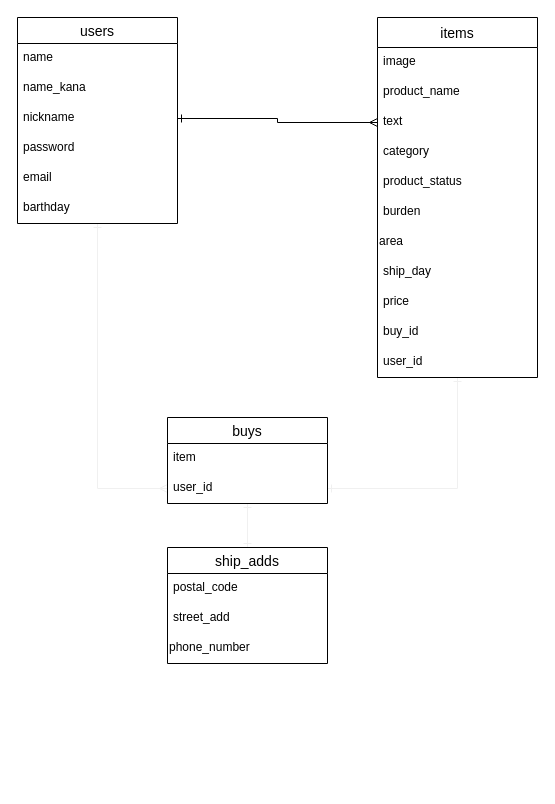
kawaura-dai/furima-29631 keeps this draw.io diagram as ER.dio. Above is the earlier version. Source tidied: cells renumbered, new cells numbered last; positions are measured from the earlier drawing's top-left corner, leaving out a move shared by most shapes. Both pictures are drawn from the tidied source at 100%, with x=0, y=0 at pixel (17, 17).
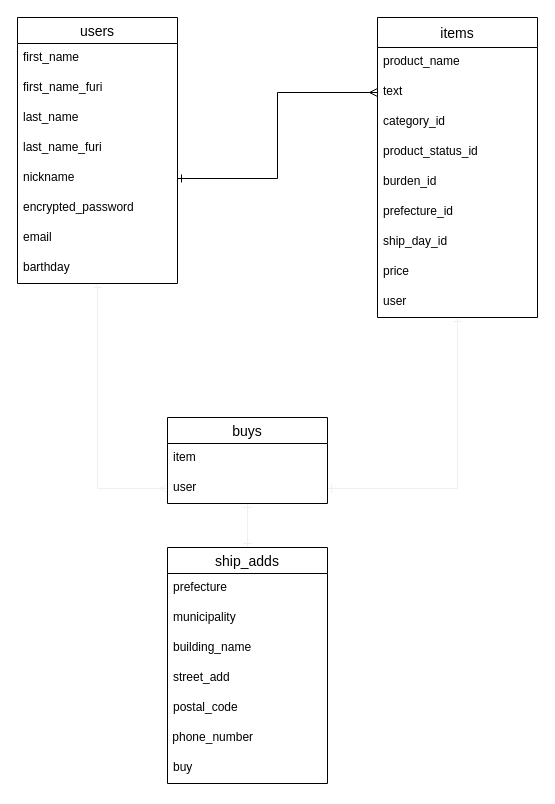
Above is the later version.

Commit message (it also covers changes not shown here):
DB設計ERの作図修正３

Unchanged cells that the change refers to:
```xml
<mxCell id="24" value="buys" style="swimlane;fontStyle=0;horizontal=1;startSize=26;align=center;fontSize=14;" parent="1" vertex="1">
  <mxGeometry x="150" y="400" width="160" height="86" as="geometry" />
</mxCell>
```

Diff of the diagram source:
```diff
@@
     <mxCell id="3" value="users" style="swimlane;fontStyle=0;horizontal=1;startSize=26;align=center;fontSize=14;" parent="1" vertex="1">
-      <mxGeometry width="160" height="206" as="geometry" />
+      <mxGeometry width="160" height="266" as="geometry" />
     </mxCell>
-    <mxCell id="4" value="name" style="text;strokeColor=none;fillColor=none;spacingLeft=4;spacingRight=4;overflow=hidden;fontSize=12;" parent="3" vertex="1">
+    <mxCell id="4" value="first_name" style="text;strokeColor=none;fillColor=none;spacingLeft=4;spacingRight=4;overflow=hidden;fontSize=12;" parent="3" vertex="1">
       <mxGeometry y="26" width="160" height="30" as="geometry" />
     </mxCell>
-    <mxCell id="5" value="name_kana" style="text;strokeColor=none;fillColor=none;spacingLeft=4;spacingRight=4;overflow=hidden;fontSize=12;opacity=10;" parent="3" vertex="1">
-      <mxGeometry y="56" width="160" height="30" as="geometry" />
-    </mxCell>
+    <mxCell id="32" value="first_name_furi" style="text;strokeColor=none;fillColor=none;spacingLeft=4;spacingRight=4;overflow=hidden;fontSize=12;" parent="3" vertex="1">
+      <mxGeometry y="56" width="160" height="30" as="geometry" />
+    </mxCell>
+    <mxCell id="33" value="last_name" style="text;strokeColor=none;fillColor=none;spacingLeft=4;spacingRight=4;overflow=hidden;fontSize=12;" parent="3" vertex="1">
+      <mxGeometry y="86" width="160" height="30" as="geometry" />
+    </mxCell>
+    <mxCell id="34" value="last_name_furi" style="text;strokeColor=none;fillColor=none;spacingLeft=4;spacingRight=4;overflow=hidden;fontSize=12;" parent="3" vertex="1">
+      <mxGeometry y="116" width="160" height="30" as="geometry" />
+    </mxCell>
     <mxCell id="6" value="nickname" style="text;strokeColor=none;fillColor=none;spacingLeft=4;spacingRight=4;overflow=hidden;points=[[0,0.5],[1,0.5]];portConstraint=eastwest;fontSize=12;" parent="3" vertex="1">
-      <mxGeometry y="86" width="160" height="30" as="geometry" />
+      <mxGeometry y="146" width="160" height="30" as="geometry" />
     </mxCell>
-    <mxCell id="7" value="password" style="text;strokeColor=none;fillColor=none;spacingLeft=4;spacingRight=4;overflow=hidden;fontSize=12;" parent="3" vertex="1">
-      <mxGeometry y="116" width="160" height="30" as="geometry" />
+    <mxCell id="7" value="encrypted_password" style="text;strokeColor=none;fillColor=none;spacingLeft=4;spacingRight=4;overflow=hidden;fontSize=12;" parent="3" vertex="1">
+      <mxGeometry y="176" width="160" height="30" as="geometry" />
     </mxCell>
     <mxCell id="8" value="email" style="text;strokeColor=none;fillColor=none;spacingLeft=4;spacingRight=4;overflow=hidden;fontSize=12;" parent="3" vertex="1">
-      <mxGeometry y="146" width="160" height="30" as="geometry" />
+      <mxGeometry y="206" width="160" height="30" as="geometry" />
     </mxCell>
     <mxCell id="9" value="barthday" style="text;strokeColor=none;fillColor=none;spacingLeft=4;spacingRight=4;overflow=hidden;fontSize=12;" parent="3" vertex="1">
-      <mxGeometry y="176" width="160" height="30" as="geometry" />
+      <mxGeometry y="236" width="160" height="30" as="geometry" />
     </mxCell>
@@
     <mxCell id="11" value="items" style="swimlane;fontStyle=0;horizontal=1;startSize=30;align=center;fontSize=14;" parent="1" vertex="1">
-      <mxGeometry x="360" width="160" height="360" as="geometry" />
+      <mxGeometry x="360" width="160" height="300" as="geometry" />
     </mxCell>
-    <mxCell id="12" value="image" style="text;strokeColor=none;fillColor=none;spacingLeft=4;spacingRight=4;overflow=hidden;fontSize=12;" parent="11" vertex="1">
-      <mxGeometry y="30" width="160" height="30" as="geometry" />
-    </mxCell>
     <mxCell id="13" value="product_name" style="text;strokeColor=none;fillColor=none;spacingLeft=4;spacingRight=4;overflow=hidden;fontSize=12;" parent="11" vertex="1">
-      <mxGeometry y="60" width="160" height="30" as="geometry" />
+      <mxGeometry y="30" width="160" height="30" as="geometry" />
     </mxCell>
     <mxCell id="14" value="text" style="text;strokeColor=none;fillColor=none;spacingLeft=4;spacingRight=4;overflow=hidden;points=[[0,0.5],[1,0.5]];portConstraint=eastwest;fontSize=12;" parent="11" vertex="1">
-      <mxGeometry y="90" width="160" height="30" as="geometry" />
+      <mxGeometry y="60" width="160" height="30" as="geometry" />
     </mxCell>
-    <mxCell id="15" value="category" style="text;strokeColor=none;fillColor=none;spacingLeft=4;spacingRight=4;overflow=hidden;fontSize=12;" parent="11" vertex="1">
-      <mxGeometry y="120" width="160" height="30" as="geometry" />
+    <mxCell id="15" value="category_id" style="text;strokeColor=none;fillColor=none;spacingLeft=4;spacingRight=4;overflow=hidden;fontSize=12;" parent="11" vertex="1">
+      <mxGeometry y="90" width="160" height="30" as="geometry" />
     </mxCell>
-    <mxCell id="16" value="product_status" style="text;strokeColor=none;fillColor=none;spacingLeft=4;spacingRight=4;overflow=hidden;fontSize=12;" parent="11" vertex="1">
-      <mxGeometry y="150" width="160" height="30" as="geometry" />
+    <mxCell id="16" value="product_status_id" style="text;strokeColor=none;fillColor=none;spacingLeft=4;spacingRight=4;overflow=hidden;fontSize=12;" parent="11" vertex="1">
+      <mxGeometry y="120" width="160" height="30" as="geometry" />
     </mxCell>
-    <mxCell id="17" value="burden" style="text;strokeColor=none;fillColor=none;spacingLeft=4;spacingRight=4;overflow=hidden;fontSize=12;" parent="11" vertex="1">
-      <mxGeometry y="180" width="160" height="30" as="geometry" />
+    <mxCell id="17" value="burden_id" style="text;strokeColor=none;fillColor=none;spacingLeft=4;spacingRight=4;overflow=hidden;fontSize=12;" parent="11" vertex="1">
+      <mxGeometry y="150" width="160" height="30" as="geometry" />
     </mxCell>
-    <mxCell id="18" value="area" style="text;whiteSpace=wrap;html=1;" parent="11" vertex="1">
-      <mxGeometry y="210" width="160" height="30" as="geometry" />
-    </mxCell>
+    <mxCell id="35" value="prefecture_id" style="text;strokeColor=none;fillColor=none;spacingLeft=4;spacingRight=4;overflow=hidden;fontSize=12;" parent="11" vertex="1">
+      <mxGeometry y="180" width="160" height="30" as="geometry" />
+    </mxCell>
-    <mxCell id="19" value="ship_day" style="text;strokeColor=none;fillColor=none;spacingLeft=4;spacingRight=4;overflow=hidden;fontSize=12;" parent="11" vertex="1">
-      <mxGeometry y="240" width="160" height="30" as="geometry" />
+    <mxCell id="19" value="ship_day_id" style="text;strokeColor=none;fillColor=none;spacingLeft=4;spacingRight=4;overflow=hidden;fontSize=12;" parent="11" vertex="1">
+      <mxGeometry y="210" width="160" height="30" as="geometry" />
     </mxCell>
     <mxCell id="20" value="price" style="text;strokeColor=none;fillColor=none;spacingLeft=4;spacingRight=4;overflow=hidden;fontSize=12;" parent="11" vertex="1">
-      <mxGeometry y="270" width="160" height="30" as="geometry" />
+      <mxGeometry y="240" width="160" height="30" as="geometry" />
     </mxCell>
-    <mxCell id="21" value="buy_id" style="text;strokeColor=none;fillColor=none;spacingLeft=4;spacingRight=4;overflow=hidden;fontSize=12;" parent="11" vertex="1">
-      <mxGeometry y="300" width="160" height="30" as="geometry" />
-    </mxCell>
-    <mxCell id="22" value="user_id" style="text;strokeColor=none;fillColor=none;spacingLeft=4;spacingRight=4;overflow=hidden;fontSize=12;" parent="11" vertex="1">
-      <mxGeometry y="330" width="160" height="30" as="geometry" />
-    </mxCell>
+    <mxCell id="36" value="user" style="text;strokeColor=none;fillColor=none;spacingLeft=4;spacingRight=4;overflow=hidden;fontSize=12;" parent="11" vertex="1">
+      <mxGeometry y="270" width="160" height="30" as="geometry" />
+    </mxCell>
@@
-    <mxCell id="26" value="user_id" style="text;strokeColor=none;fillColor=none;spacingLeft=4;spacingRight=4;overflow=hidden;points=[[0,0.5],[1,0.5]];portConstraint=eastwest;fontSize=12;" parent="24" vertex="1">
+    <mxCell id="26" value="user" style="text;strokeColor=none;fillColor=none;spacingLeft=4;spacingRight=4;overflow=hidden;points=[[0,0.5],[1,0.5]];portConstraint=eastwest;fontSize=12;" parent="24" vertex="1">
       <mxGeometry y="56" width="160" height="30" as="geometry" />
     </mxCell>
     <mxCell id="27" value="ship_adds" style="swimlane;fontStyle=0;horizontal=1;startSize=26;align=center;fontSize=14;" parent="1" vertex="1">
-      <mxGeometry x="150" y="530" width="160" height="116" as="geometry" />
+      <mxGeometry x="150" y="530" width="160" height="236" as="geometry" />
     </mxCell>
+    <mxCell id="37" value="prefecture" style="text;strokeColor=none;fillColor=none;spacingLeft=4;spacingRight=4;overflow=hidden;fontSize=12;" parent="27" vertex="1">
+      <mxGeometry y="26" width="160" height="30" as="geometry" />
+    </mxCell>
+    <mxCell id="38" value="municipality" style="text;strokeColor=none;fillColor=none;spacingLeft=4;spacingRight=4;overflow=hidden;fontSize=12;" parent="27" vertex="1">
+      <mxGeometry y="56" width="160" height="30" as="geometry" />
+    </mxCell>
+    <mxCell id="39" value="building_name" style="text;strokeColor=none;fillColor=none;spacingLeft=4;spacingRight=4;overflow=hidden;fontSize=12;" parent="27" vertex="1">
+      <mxGeometry y="86" width="160" height="30" as="geometry" />
+    </mxCell>
+    <mxCell id="29" value="street_add" style="text;strokeColor=none;fillColor=none;spacingLeft=4;spacingRight=4;overflow=hidden;fontSize=12;" parent="27" vertex="1">
+      <mxGeometry y="116" width="160" height="30" as="geometry" />
+    </mxCell>
     <mxCell id="28" value="postal_code" style="text;strokeColor=none;fillColor=none;spacingLeft=4;spacingRight=4;overflow=hidden;fontSize=12;" parent="27" vertex="1">
-      <mxGeometry y="26" width="160" height="30" as="geometry" />
+      <mxGeometry y="146" width="160" height="30" as="geometry" />
     </mxCell>
-    <mxCell id="29" value="street_add" style="text;strokeColor=none;fillColor=none;spacingLeft=4;spacingRight=4;overflow=hidden;fontSize=12;" parent="27" vertex="1">
-      <mxGeometry y="56" width="160" height="30" as="geometry" />
-    </mxCell>
-    <mxCell id="30" value="phone_number" style="text;whiteSpace=wrap;html=1;" parent="27" vertex="1">
-      <mxGeometry y="86" width="160" height="30" as="geometry" />
+    <mxCell id="30" value="&amp;nbsp;phone_number" style="text;whiteSpace=wrap;html=1;" parent="27" vertex="1">
+      <mxGeometry y="176" width="160" height="30" as="geometry" />
     </mxCell>
+    <mxCell id="40" value="buy" style="text;strokeColor=none;fillColor=none;spacingLeft=4;spacingRight=4;overflow=hidden;fontSize=12;" parent="27" vertex="1">
+      <mxGeometry y="206" width="160" height="30" as="geometry" />
+    </mxCell>
```
